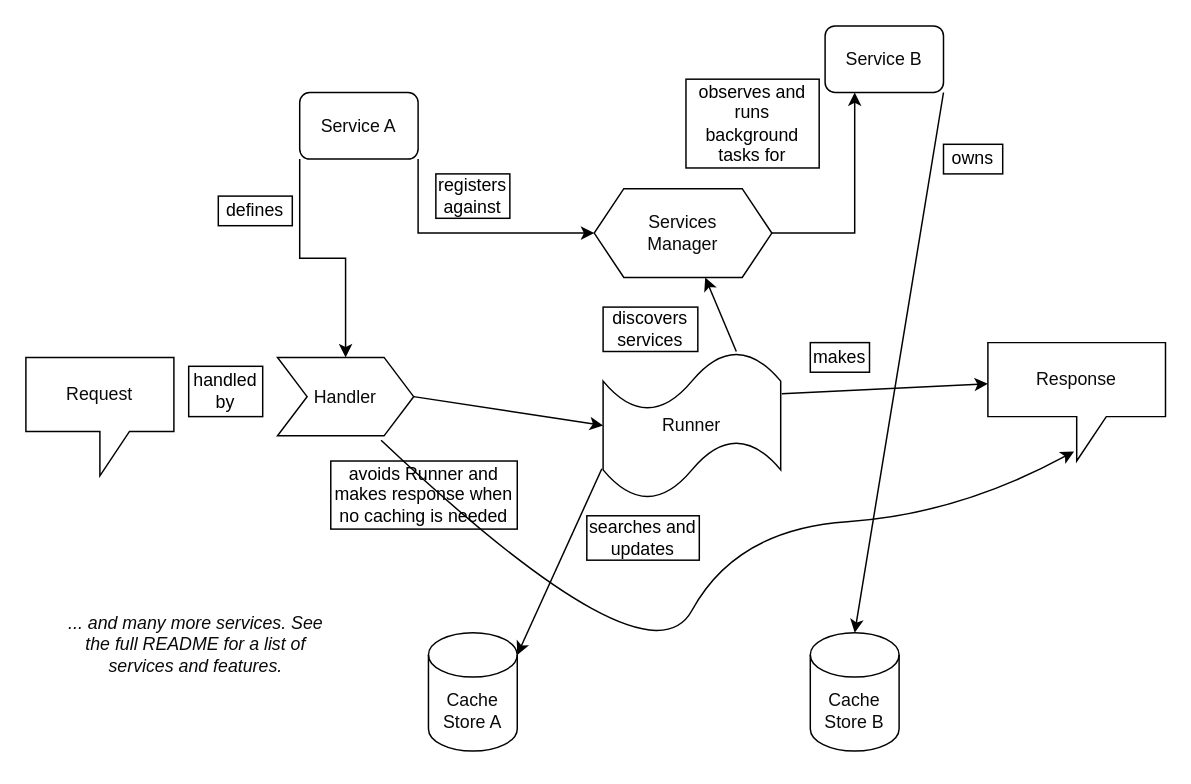
The draw.io diagram services.dio in openSUSE/defrag-api, before the edit. Source tidied: cells renumbered, new cells numbered last; positions are measured from the earlier drawing's top-left corner, leaving out a move shared by most shapes. Both pictures are drawn from the tidied source at 148%, with x=0, y=0 at pixel (25, 25).
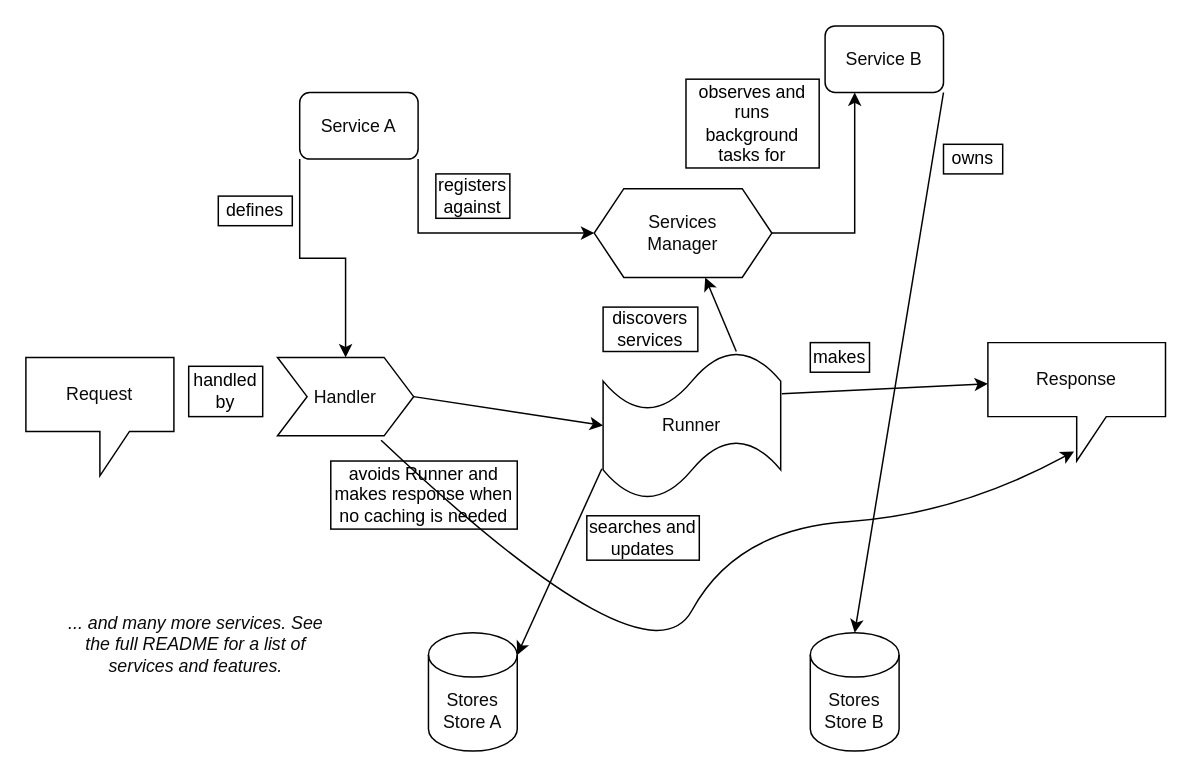
After the change.

Diff of the diagram source:
```diff
@@
-    <mxCell id="7" value="Cache Store A" style="shape=cylinder3;whiteSpace=wrap;html=1;boundedLbl=1;backgroundOutline=1;size=15;strokeColor=#000000;fontColor=#0A0A0A;" parent="1" vertex="1">
+    <mxCell id="7" value="Stores Store A" style="shape=cylinder3;whiteSpace=wrap;html=1;boundedLbl=1;backgroundOutline=1;size=15;strokeColor=#000000;fontColor=#0A0A0A;" parent="1" vertex="1">
       <mxGeometry x="272" y="410" width="60" height="80" as="geometry" />
     </mxCell>
@@
-    <mxCell id="11" value="Cache Store B" style="shape=cylinder3;whiteSpace=wrap;html=1;boundedLbl=1;backgroundOutline=1;size=15;strokeColor=#000000;fontColor=#0A0A0A;" parent="1" vertex="1">
+    <mxCell id="11" value="Stores Store B" style="shape=cylinder3;whiteSpace=wrap;html=1;boundedLbl=1;backgroundOutline=1;size=15;strokeColor=#000000;fontColor=#0A0A0A;" parent="1" vertex="1">
       <mxGeometry x="530" y="410" width="60" height="80" as="geometry" />
     </mxCell>
```
